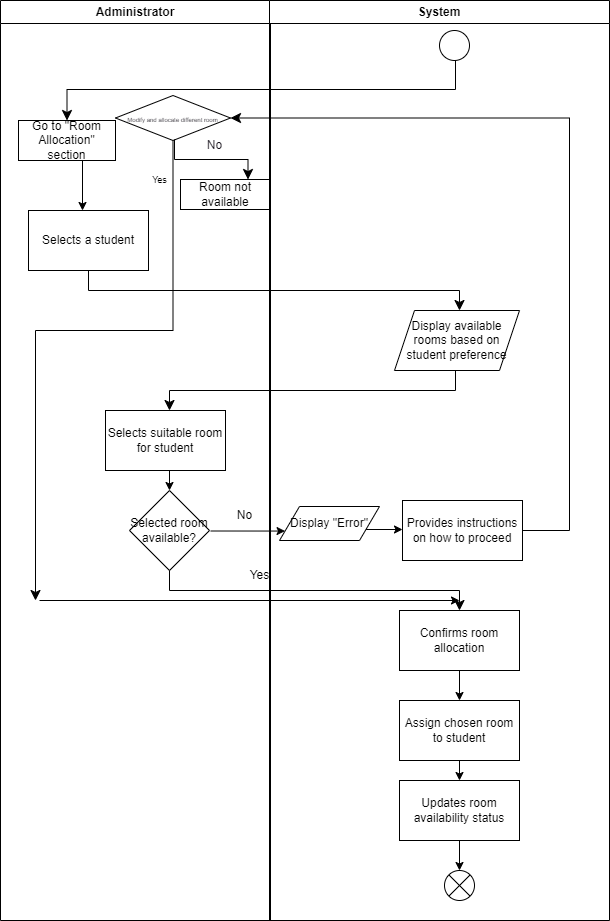
Above: project/drawio/stakeholder/activity diagram/uc20.png in drshahizan/software-engineering (draw.io), before the change. Source tidied: cells renumbered, new cells last; positions are measured from the earlier drawing's top-left corner, leaving out a move shared by most shapes.
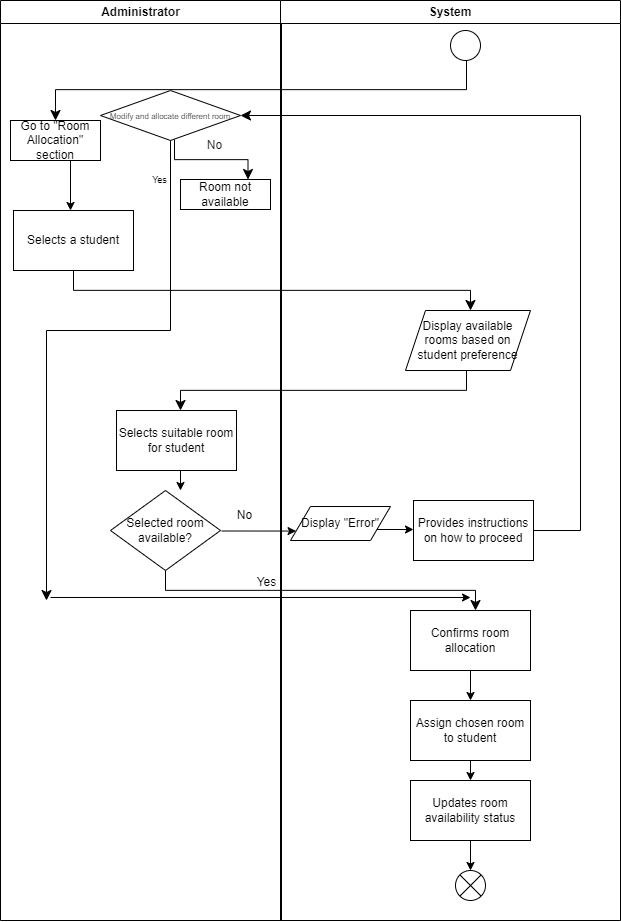
After the commit.

Diff of the diagram source:
```diff
@@ -9,12 +9,12 @@
     </mxCell>
     <mxCell id="3" style="endArrow=classic;html=1;" parent="1" edge="1">
       <mxGeometry relative="1" as="geometry">
-        <mxPoint x="82" y="160" as="sourcePoint" />
-        <mxPoint x="82" y="210" as="targetPoint" />
+        <mxPoint x="59" y="160" as="sourcePoint" />
+        <mxPoint x="59" y="210" as="targetPoint" />
       </mxGeometry>
     </mxCell>
     <mxCell id="4" value="Selects a student" style="rounded=0;whiteSpace=wrap;html=1;" parent="1" vertex="1">
-      <mxGeometry x="28" y="210" width="120" height="60" as="geometry" />
+      <mxGeometry x="2" y="210" width="120" height="60" as="geometry" />
     </mxCell>
     <mxCell id="5" style="edgeStyle=elbowEdgeStyle;elbow=vertical;endArrow=classic;html=1;curved=0;rounded=0;endSize=8;startSize=8;exitX=0.5;exitY=1;exitDx=0;exitDy=0;" parent="1" edge="1" source="4">
       <mxGeometry relative="1" as="geometry">
@@ -40,15 +40,14 @@
       </mxGeometry>
     </mxCell>
     <mxCell id="10" value="Selected room available?" style="rhombus;whiteSpace=wrap;html=1;" parent="1" vertex="1">
-      <mxGeometry x="129" y="490" width="80" height="80" as="geometry" />
+      <mxGeometry x="99" y="490" width="110" height="80" as="geometry" />
     </mxCell>
     <mxCell id="11" value="Yes" style="text;html=1;align=center;verticalAlign=middle;strokeColor=none;fillColor=none;" parent="1" vertex="1">
-      <mxGeometry x="239" y="560" width="40" height="30" as="geometry" />
+      <mxGeometry x="235" y="567" width="40" height="30" as="geometry" />
     </mxCell>
-    <mxCell id="12" style="edgeStyle=elbowEdgeStyle;elbow=vertical;endArrow=classic;html=1;curved=0;rounded=0;endSize=8;startSize=8;" parent="1" edge="1">
+    <mxCell id="12" style="edgeStyle=elbowEdgeStyle;elbow=vertical;endArrow=classic;html=1;curved=0;rounded=0;endSize=8;startSize=8;exitX=0.5;exitY=1;exitDx=0;exitDy=0;" parent="1" edge="1" source="10">
       <mxGeometry relative="1" as="geometry">
-        <mxPoint x="169" y="570" as="sourcePoint" />
-        <mxPoint x="459" y="610" as="targetPoint" />
+        <mxPoint x="464" y="610" as="targetPoint" />
       </mxGeometry>
     </mxCell>
     <mxCell id="13" value="Confirms room allocation" style="rounded=0;whiteSpace=wrap;html=1;" parent="1" vertex="1">
@@ -89,7 +88,7 @@
     <mxCell id="21" value="Provides instructions on how to proceed" style="rounded=0;whiteSpace=wrap;html=1;" parent="1" vertex="1">
       <mxGeometry x="402" y="500" width="120" height="60" as="geometry" />
     </mxCell>
-    <mxCell id="22" style="edgeStyle=elbowEdgeStyle;elbow=horizontal;endArrow=classic;html=1;curved=0;rounded=0;endSize=8;startSize=8;exitX=1;exitY=0.5;exitDx=0;exitDy=0;" parent="1" edge="1" source="21" target="27">
+    <mxCell id="22" style="edgeStyle=elbowEdgeStyle;elbow=horizontal;endArrow=classic;html=1;curved=0;rounded=0;endSize=8;startSize=8;exitX=1;exitY=0.5;exitDx=0;exitDy=0;entryX=1;entryY=0.5;entryDx=0;entryDy=0;" parent="1" edge="1" source="21" target="27">
       <mxGeometry relative="1" as="geometry">
         <Array as="points">
           <mxPoint x="569" y="350" />
@@ -106,18 +105,18 @@
     </mxCell>
     <mxCell id="24" style="endArrow=classic;html=1;" parent="1" edge="1">
       <mxGeometry relative="1" as="geometry">
-        <mxPoint x="39" y="600" as="sourcePoint" />
-        <mxPoint x="459" y="600" as="targetPoint" />
+        <mxPoint x="39" y="597" as="sourcePoint" />
+        <mxPoint x="459" y="597" as="targetPoint" />
       </mxGeometry>
     </mxCell>
     <mxCell id="25" value="Administrator" style="swimlane;whiteSpace=wrap;html=1;" parent="1" vertex="1">
-      <mxGeometry width="270" height="920" as="geometry" />
+      <mxGeometry x="-11" width="281" height="920" as="geometry" />
     </mxCell>
     <mxCell id="26" value="Go to &quot;Room Allocation&quot; section" style="rounded=0;whiteSpace=wrap;html=1;" parent="25" vertex="1">
-      <mxGeometry x="18" y="120" width="97" height="40" as="geometry" />
+      <mxGeometry x="10" y="120" width="90" height="40" as="geometry" />
     </mxCell>
-    <mxCell id="27" value="&lt;font style=&quot;font-size: 6px;&quot; color=&quot;#18141d&quot;&gt;Modify and allocate different room&lt;/font&gt;" style="rhombus;whiteSpace=wrap;html=1;fontFamily=Helvetica;fontSize=12;fontColor=rgb(240, 240, 240);align=center;strokeColor=#000000;fillColor=#FFFFFF;" parent="25" vertex="1">
-      <mxGeometry x="115" y="95" width="115" height="45" as="geometry" />
+    <mxCell id="27" value="&lt;font style=&quot;font-size: 8px;&quot; color=&quot;#18141d&quot;&gt;Modify and allocate different room&lt;/font&gt;" style="rhombus;whiteSpace=wrap;html=1;fontFamily=Helvetica;fontSize=12;fontColor=rgb(240, 240, 240);align=center;strokeColor=#000000;fillColor=#FFFFFF;" parent="25" vertex="1">
+      <mxGeometry x="100" y="90" width="140" height="50" as="geometry" />
     </mxCell>
     <mxCell id="28" value="No" style="text;html=1;align=center;verticalAlign=middle;strokeColor=none;fillColor=none;fontColor=#18141D;" parent="25" vertex="1">
       <mxGeometry x="194" y="130" width="40" height="30" as="geometry" />
@@ -150,7 +149,7 @@
       <mxGeometry x="10" y="506" width="100" height="34" as="geometry" />
     </mxCell>
     <mxCell id="36" value="&lt;font style=&quot;font-size: 9px;&quot;&gt;Yes&lt;/font&gt;" style="text;html=1;align=center;verticalAlign=middle;strokeColor=none;fillColor=none;fontSize=6;" parent="1" vertex="1">
-      <mxGeometry x="139" y="170" width="40" height="20" as="geometry" />
+      <mxGeometry x="128" y="170" width="40" height="20" as="geometry" />
     </mxCell>
   </root>
 </mxGraphModel>
```
